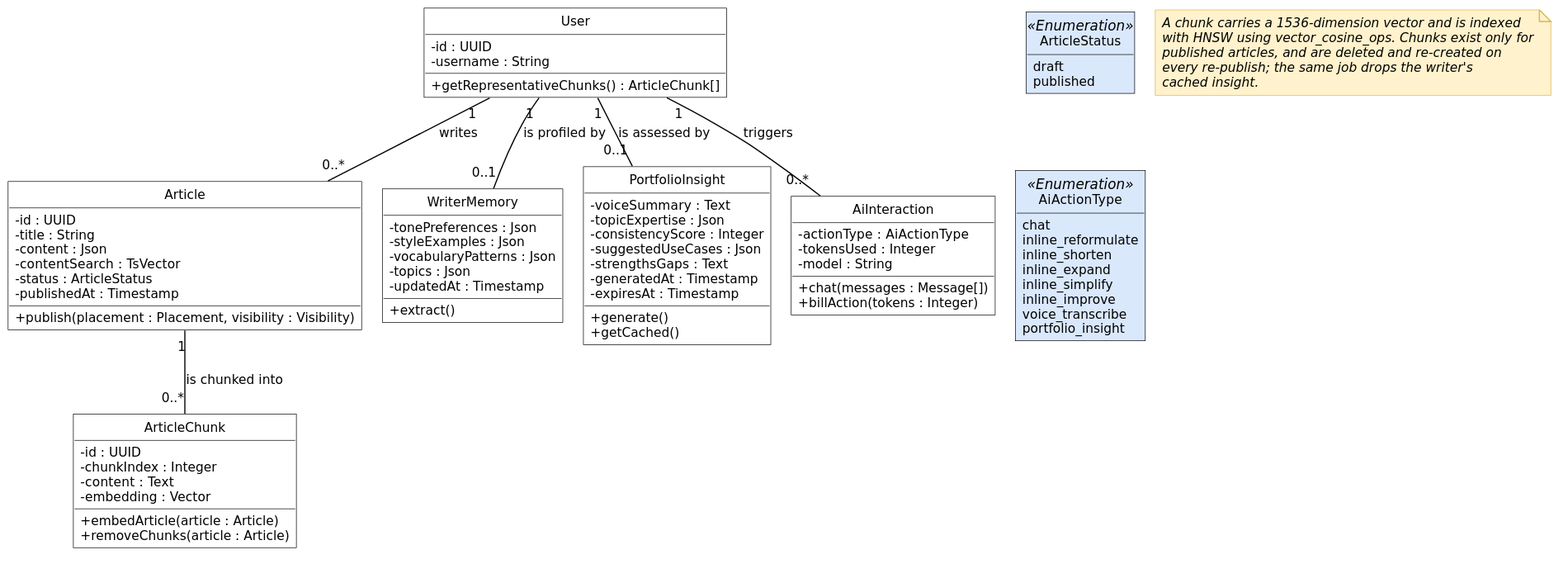
This is diagrams/fig-5-6-classes-sprint-4/fig-5-6-classes-sprint-4.svg from inkwell-dev/spec.inkwell.ai, a PlantUML export, as it was before one commit.
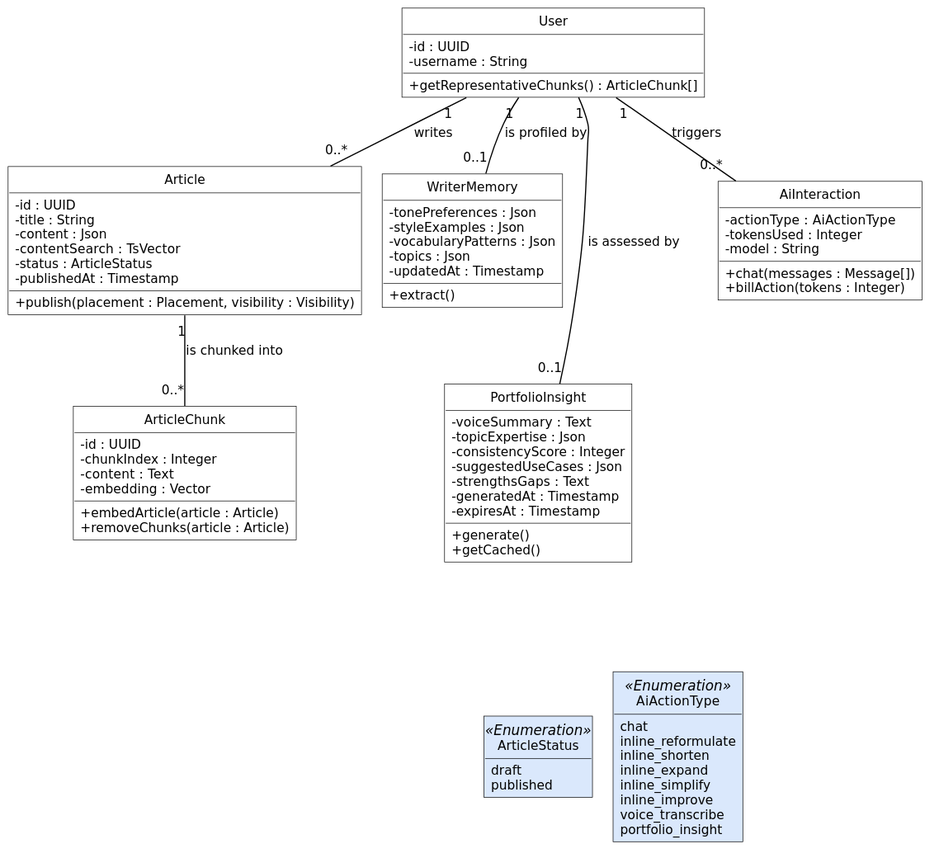
Above is the later version.

Diff of the diagram source:
```diff
@@ -75,13 +75,7 @@
 User "1" -- "0..1" PortfolioInsight : is assessed by
 User "1" -- "0..*" AiInteraction : triggers
 
-note as N1
-  A chunk carries a 1536-dimension vector and is indexed
-  with HNSW using vector_cosine_ops. Chunks exist only for
-  published articles, and are deleted and re-created on
-  every re-publish; the same job drops the writer's
-  cached insight.
-end note
-
-ArticleStatus -[hidden]down- AiActionType
+WriterMemory -[hidden]down- PortfolioInsight
+PortfolioInsight -[hidden]-- ArticleStatus
+ArticleStatus -[hidden]right- AiActionType
 @enduml
```
